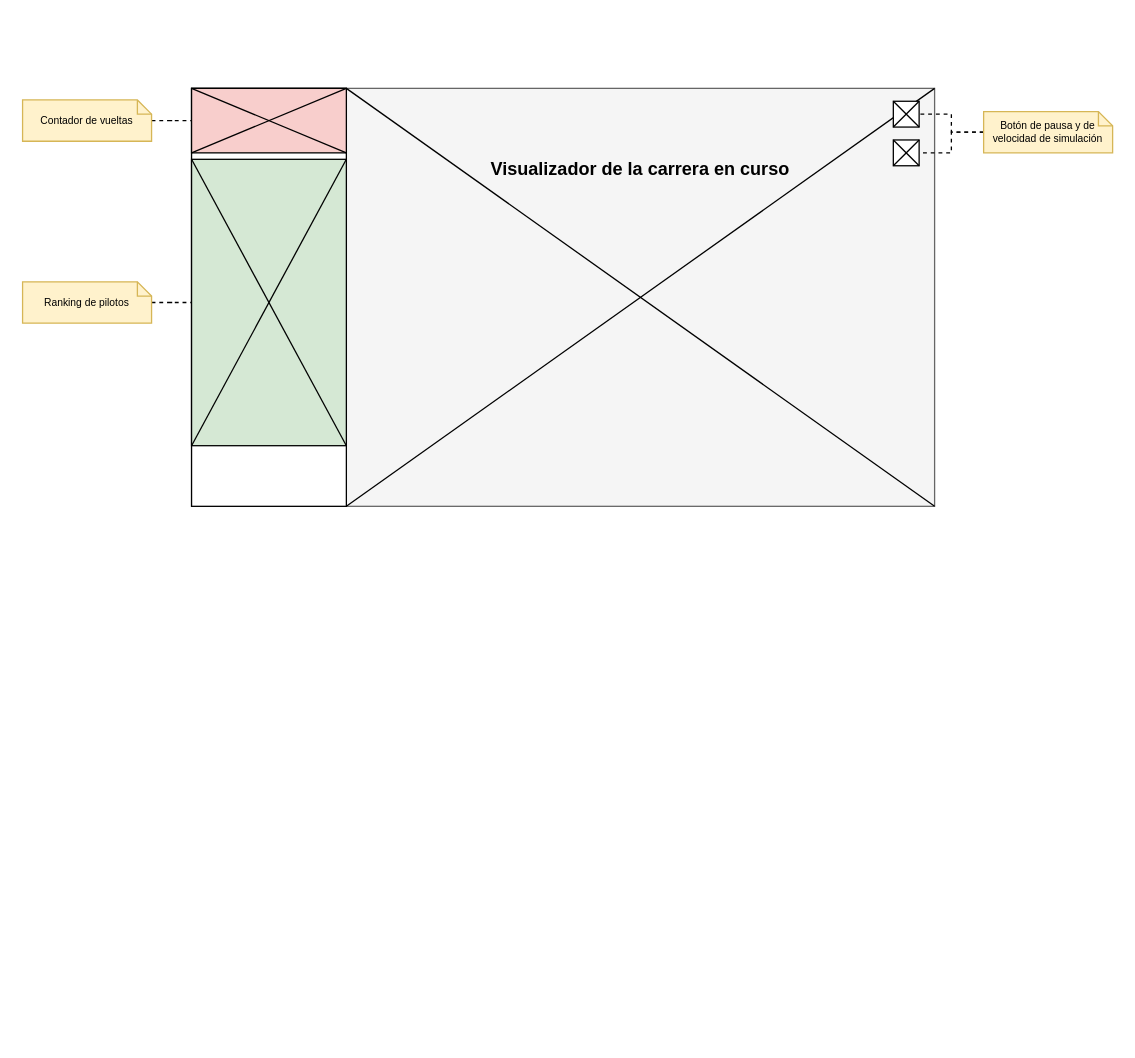
Earlier version of the draw.io diagram page "Proto-Position" (7 of 9) of diagramas/grafo-sistema.drawio (amt911/TFG-Documento). Source tidied: cells renumbered, new cells numbered last; positions are measured from the earlier drawing's top-left corner, leaving out a move shared by most shapes. Both pictures are drawn from the tidied source at 129%, with x=0, y=0 at pixel (22, 88).
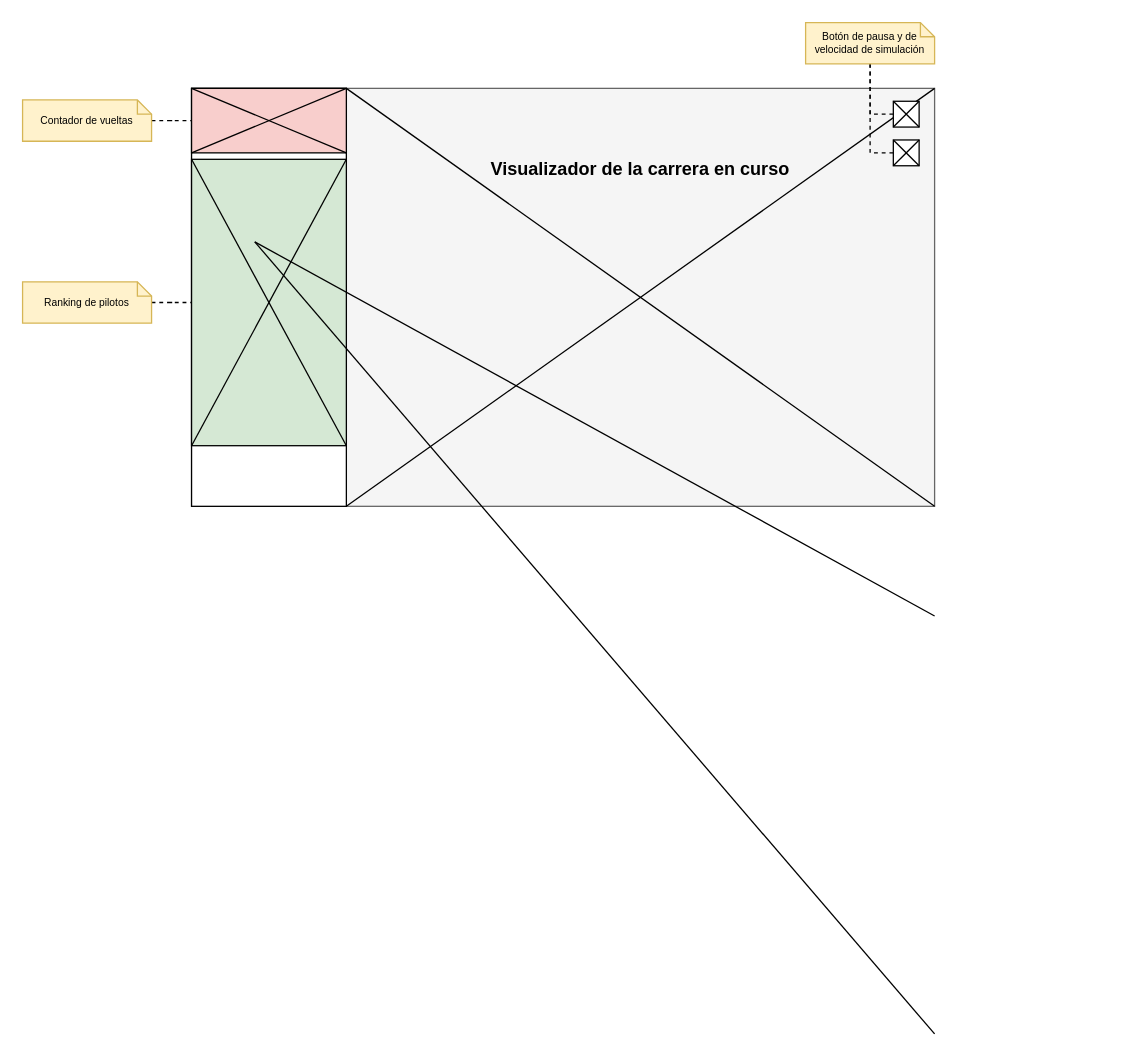
The same diagram, later.

The change refers to these unchanged cells:
```xml
<mxCell id="6" style="rounded=0;whiteSpace=wrap;html=1;fontSize=10;" parent="1" vertex="1">
  <mxGeometry x="675" y="10" width="20" height="20" as="geometry" />
</mxCell>
<mxCell id="7" style="rounded=0;whiteSpace=wrap;html=1;fontSize=10;" parent="1" vertex="1">
  <mxGeometry x="675" y="40" width="20" height="20" as="geometry" />
</mxCell>
```

What changed in the source:
```diff
@@
-    <mxCell id="23" style="edgeStyle=orthogonalEdgeStyle;rounded=0;jettySize=auto;html=1;entryX=1;entryY=0.5;entryDx=0;entryDy=0;endArrow=none;endFill=0;dashed=1;" parent="1" edge="1" source="25" target="6">
-      <mxGeometry relative="1" as="geometry" />
+    <mxCell id="23" style="edgeStyle=orthogonalEdgeStyle;rounded=0;jettySize=auto;html=1;entryX=0;entryY=0.5;entryDx=0;entryDy=0;endArrow=none;endFill=0;dashed=1;" parent="1" edge="1" source="25" target="6">
+      <mxGeometry relative="1" as="geometry">
+        <Array as="points">
+          <mxPoint x="657" y="20" />
+        </Array>
+      </mxGeometry>
     </mxCell>
-    <mxCell id="24" style="edgeStyle=orthogonalEdgeStyle;rounded=0;jettySize=auto;html=1;entryX=1;entryY=0.5;entryDx=0;entryDy=0;dashed=1;endArrow=none;endFill=0;" parent="1" edge="1" source="25" target="7">
-      <mxGeometry relative="1" as="geometry" />
+    <mxCell id="24" style="edgeStyle=orthogonalEdgeStyle;rounded=0;jettySize=auto;html=1;entryX=0;entryY=0.5;entryDx=0;entryDy=0;dashed=1;endArrow=none;endFill=0;" parent="1" edge="1" source="25" target="7">
+      <mxGeometry relative="1" as="geometry">
+        <Array as="points">
+          <mxPoint x="657" y="50" />
+        </Array>
+      </mxGeometry>
     </mxCell>
     <mxCell id="25" value="Botón de pausa y de velocidad de simulación" style="shape=note;size=11;whiteSpace=wrap;html=1;fillColor=#fff2cc;strokeColor=#d6b656;fontSize=8;" parent="1" vertex="1">
-      <mxGeometry x="745" y="18" width="100" height="32" as="geometry" />
+      <mxGeometry x="607" y="-51" width="100" height="32" as="geometry" />
     </mxCell>
+    <mxCell id="26" style="endArrow=none;html=1;rounded=0;exitX=1;exitY=0;exitDx=0;exitDy=0;entryX=1;entryY=1;entryDx=0;entryDy=0;" parent="1" edge="1">
+      <mxGeometry relative="1" as="geometry">
+        <mxPoint x="180" y="119" as="sourcePoint" />
+        <mxPoint x="707" y="733" as="targetPoint" />
+      </mxGeometry>
+    </mxCell>
+    <mxCell id="27" style="endArrow=none;html=1;rounded=0;exitX=1;exitY=1;exitDx=0;exitDy=0;entryX=1;entryY=0;entryDx=0;entryDy=0;" parent="1" edge="1">
+      <mxGeometry relative="1" as="geometry">
+        <mxPoint x="180" y="119" as="sourcePoint" />
+        <mxPoint x="707" y="409" as="targetPoint" />
+      </mxGeometry>
+    </mxCell>
```
